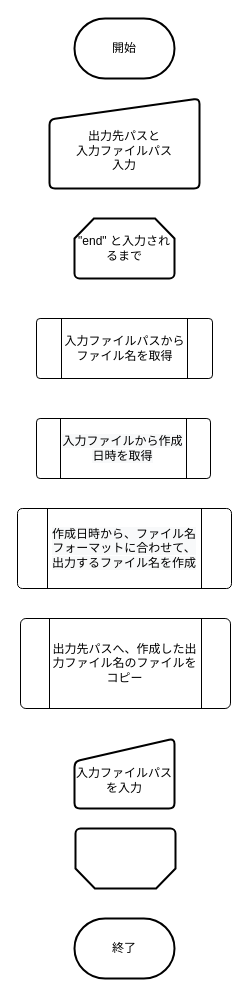
This is page "main" (1 of 4) of Grouping_photos/grouping_photos/フローチャート.drawio from hakohumi/comp.grouping_photos, a draw.io file, before an edit. Source tidied: cells renumbered, new cells numbered last; positions are measured from the earlier drawing's top-left corner, leaving out a move shared by most shapes. Both pictures are drawn from the tidied source at 100%, with x=0, y=0 at pixel (17, 18).
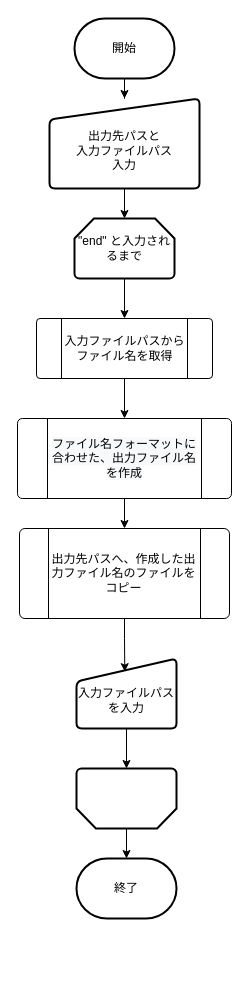
After the change.

Diff of the diagram source:
```diff
@@
 <mxGraphModel>
   <root>
     <mxCell id="0" />
     <mxCell id="1" parent="0" />
+    <mxCell id="12" style="edgeStyle=orthogonalEdgeStyle;rounded=0;jettySize=auto;html=1;" parent="1" edge="1" source="2" target="4">
+      <mxGeometry relative="1" as="geometry" />
+    </mxCell>
     <mxCell id="2" value="開始" style="strokeWidth=2;html=1;shape=mxgraph.flowchart.terminator;whiteSpace=wrap;" parent="1" vertex="1">
       <mxGeometry x="57" width="100" height="60" as="geometry" />
     </mxCell>
     <mxCell id="3" value="終了" style="strokeWidth=2;html=1;shape=mxgraph.flowchart.terminator;whiteSpace=wrap;" parent="1" vertex="1">
-      <mxGeometry x="57" y="900" width="100" height="60" as="geometry" />
+      <mxGeometry x="59" y="840" width="100" height="60" as="geometry" />
     </mxCell>
+    <mxCell id="13" style="edgeStyle=orthogonalEdgeStyle;rounded=0;jettySize=auto;html=1;" parent="1" edge="1" source="4" target="5">
+      <mxGeometry relative="1" as="geometry" />
+    </mxCell>
     <mxCell id="4" value="&lt;br&gt;出力先パスと&lt;br&gt;入力ファイルパス&lt;br&gt;入力" style="html=1;strokeWidth=2;shape=manualInput;whiteSpace=wrap;rounded=1;size=21;arcSize=11;" parent="1" vertex="1">
       <mxGeometry x="32" y="80" width="150" height="90" as="geometry" />
     </mxCell>
+    <mxCell id="14" style="edgeStyle=orthogonalEdgeStyle;rounded=0;jettySize=auto;html=1;" parent="1" edge="1" source="5" target="8">
+      <mxGeometry relative="1" as="geometry" />
+    </mxCell>
     <mxCell id="5" value="&quot;end&quot; と入力されるまで" style="strokeWidth=2;html=1;shape=mxgraph.flowchart.loop_limit;whiteSpace=wrap;" parent="1" vertex="1">
       <mxGeometry x="57" y="200" width="100" height="60" as="geometry" />
     </mxCell>
+    <mxCell id="15" style="edgeStyle=orthogonalEdgeStyle;rounded=0;jettySize=auto;html=1;" parent="1" edge="1" source="6" target="3">
+      <mxGeometry relative="1" as="geometry" />
+    </mxCell>
     <mxCell id="6" style="strokeWidth=2;html=1;shape=mxgraph.flowchart.loop_limit;whiteSpace=wrap;rotation=-180;" parent="1" vertex="1">
-      <mxGeometry x="58" y="810" width="100" height="60" as="geometry" />
+      <mxGeometry x="59" y="750" width="100" height="60" as="geometry" />
     </mxCell>
+    <mxCell id="16" style="edgeStyle=orthogonalEdgeStyle;rounded=0;jettySize=auto;html=1;" parent="1" edge="1" source="7" target="6">
+      <mxGeometry relative="1" as="geometry" />
+    </mxCell>
     <mxCell id="7" value="&lt;br&gt;入力ファイルパスを入力" style="html=1;strokeWidth=2;shape=manualInput;whiteSpace=wrap;rounded=1;size=23;arcSize=11;" parent="1" vertex="1">
-      <mxGeometry x="57" y="720" width="100" height="70" as="geometry" />
+      <mxGeometry x="59" y="640" width="100" height="70" as="geometry" />
     </mxCell>
+    <mxCell id="17" style="edgeStyle=orthogonalEdgeStyle;rounded=0;jettySize=auto;html=1;entryX=0.5;entryY=0;entryDx=0;entryDy=0;" parent="1" edge="1" source="8" target="10">
+      <mxGeometry relative="1" as="geometry" />
+    </mxCell>
     <mxCell id="8" value="&lt;span&gt;入力ファイルパスからファイル名を取得&lt;/span&gt;" style="verticalLabelPosition=middle;verticalAlign=middle;html=1;shape=process;whiteSpace=wrap;rounded=1;size=0.14;arcSize=6;labelPosition=center;align=center;" parent="1" vertex="1">
       <mxGeometry x="19" y="300" width="176" height="60" as="geometry" />
     </mxCell>
-    <mxCell id="9" value="&#10;&#10;&lt;span style=&quot;font-family: Helvetica; font-size: 12px; font-style: normal; font-variant-ligatures: normal; font-variant-caps: normal; font-weight: 400; letter-spacing: normal; orphans: 2; text-align: center; text-indent: 0px; text-transform: none; widows: 2; word-spacing: 0px; -webkit-text-stroke-width: 0px; background-color: rgb(248, 249, 250); text-decoration-style: initial; text-decoration-color: initial; float: none; display: inline !important;&quot;&gt;入力ファイルから作成日時を取得&lt;/span&gt;&#10;&#10;" style="verticalLabelPosition=middle;verticalAlign=middle;html=1;shape=process;whiteSpace=wrap;rounded=1;size=0.14;arcSize=6;labelPosition=center;align=center;" parent="1" vertex="1">
-      <mxGeometry x="19" y="400" width="174" height="60" as="geometry" />
-    </mxCell>
+    <mxCell id="18" style="edgeStyle=orthogonalEdgeStyle;rounded=0;jettySize=auto;html=1;" parent="1" edge="1" source="10" target="11">
+      <mxGeometry relative="1" as="geometry" />
+    </mxCell>
-    <mxCell id="10" value="&#10;&#10;&lt;span style=&quot;font-family: Helvetica; font-size: 12px; font-style: normal; font-variant-ligatures: normal; font-variant-caps: normal; font-weight: 400; letter-spacing: normal; orphans: 2; text-align: center; text-indent: 0px; text-transform: none; widows: 2; word-spacing: 0px; -webkit-text-stroke-width: 0px; background-color: rgb(248, 249, 250); text-decoration-style: initial; text-decoration-color: initial; float: none; display: inline !important;&quot;&gt;作成日時から、ファイル名フォーマットに合わせて、出力するファイル名を作成&lt;/span&gt;&#10;&#10;" style="verticalLabelPosition=middle;verticalAlign=middle;html=1;shape=process;whiteSpace=wrap;rounded=1;size=0.14;arcSize=6;labelPosition=center;align=center;" parent="1" vertex="1">
-      <mxGeometry y="490" width="214" height="80" as="geometry" />
+    <mxCell id="10" value="&lt;span style=&quot;font-family: &amp;#34;helvetica&amp;#34; ; font-size: 12px ; font-style: normal ; font-weight: 400 ; letter-spacing: normal ; text-align: center ; text-indent: 0px ; text-transform: none ; word-spacing: 0px ; background-color: rgb(248 , 249 , 250) ; float: none ; display: inline&quot;&gt;ファイル名フォーマットに合わせた、出力ファイル名を作成&lt;/span&gt;&lt;br&gt;" style="verticalLabelPosition=middle;verticalAlign=middle;html=1;shape=process;whiteSpace=wrap;rounded=1;size=0.14;arcSize=6;labelPosition=center;align=center;" parent="1" vertex="1">
+      <mxGeometry y="400" width="214" height="80" as="geometry" />
     </mxCell>
+    <mxCell id="19" style="edgeStyle=orthogonalEdgeStyle;rounded=0;jettySize=auto;html=1;entryX=0.483;entryY=0.188;entryDx=0;entryDy=0;entryPerimeter=0;" parent="1" edge="1" source="11" target="7">
+      <mxGeometry relative="1" as="geometry" />
+    </mxCell>
     <mxCell id="11" value="&lt;span&gt;出力先パスへ、作成した出力ファイル名のファイルをコピー&lt;/span&gt;" style="verticalLabelPosition=middle;verticalAlign=middle;html=1;shape=process;whiteSpace=wrap;rounded=1;size=0.14;arcSize=6;labelPosition=center;align=center;" parent="1" vertex="1">
-      <mxGeometry x="3" y="600" width="210" height="90" as="geometry" />
+      <mxGeometry x="2" y="510" width="210" height="90" as="geometry" />
     </mxCell>
   </root>
 </mxGraphModel>
```
